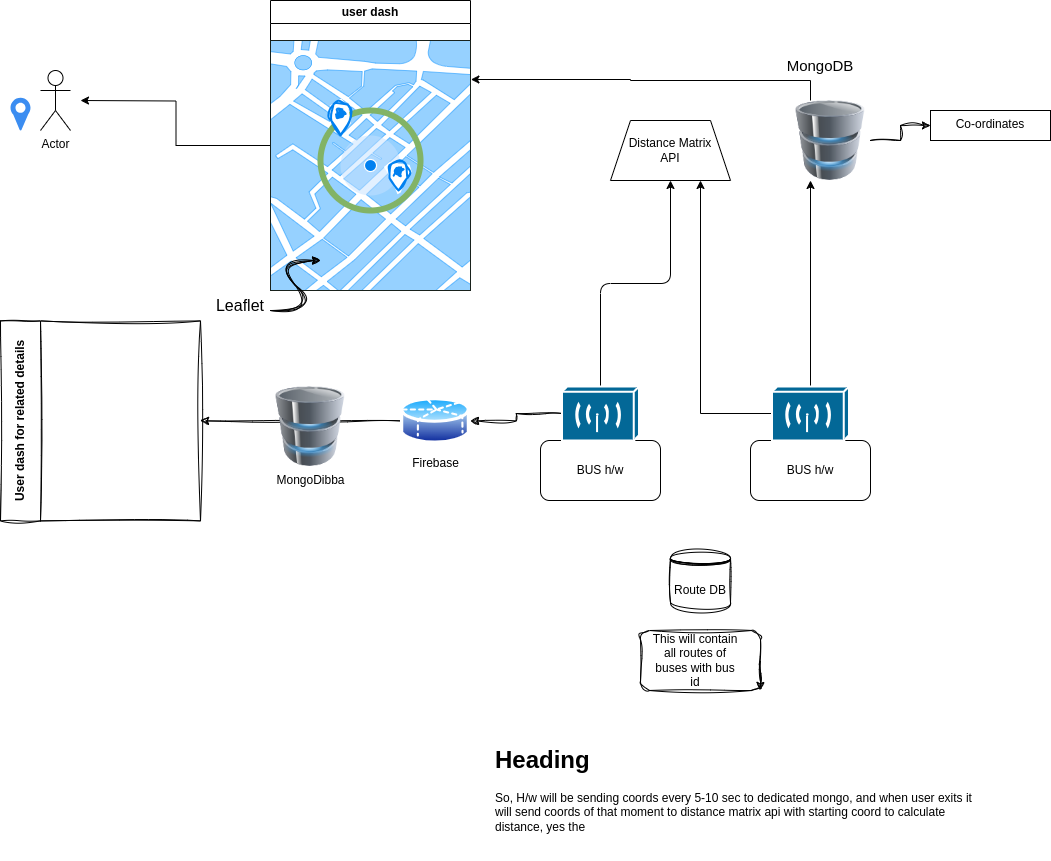
Before: maps.drawio.png, a diagram exported from draw.io (anu-sin-theta/anu-rust). Source tidied: cells renumbered, new cells last; positions are measured from the earlier drawing's top-left corner, leaving out a move shared by most shapes. The source it was exported from:
```xml
<mxGraphModel>
  <root>
    <mxCell id="0" />
    <mxCell id="1" parent="0" />
    <mxCell id="2" value="Actor" style="shape=umlActor;verticalLabelPosition=bottom;verticalAlign=top;html=1;" parent="1" vertex="1">
      <mxGeometry x="40" y="70" width="30" height="60" as="geometry" />
    </mxCell>
    <mxCell id="3" style="edgeStyle=orthogonalEdgeStyle;rounded=0;jettySize=auto;html=1;exitX=0;exitY=0.5;exitDx=0;exitDy=0;" parent="1" edge="1" source="4">
      <mxGeometry relative="1" as="geometry">
        <mxPoint x="80" y="100" as="targetPoint" />
      </mxGeometry>
    </mxCell>
    <mxCell id="4" value="user dash" style="swimlane;whiteSpace=wrap;html=1;" parent="1" vertex="1">
      <mxGeometry x="270" width="200" height="290" as="geometry" />
    </mxCell>
    <mxCell id="5" style="ellipse;whiteSpace=wrap;html=1;" parent="4" vertex="1">
      <mxGeometry x="60" y="97.2" width="80" height="80" as="geometry" />
    </mxCell>
    <mxCell id="6" style="verticalLabelPosition=bottom;verticalAlign=top;html=1;shadow=0;dashed=0;strokeWidth=1;shape=mxgraph.ios.iBgMap;strokeColor=#18211b;strokeColor2=#008cff;fillColor2=#96D1FF;" parent="4" vertex="1">
      <mxGeometry y="40" width="200" height="250" as="geometry" />
    </mxCell>
    <mxCell id="7" style="ellipse;whiteSpace=wrap;html=1;fillColor=none;strokeColor=#82b366;strokeWidth=6;" parent="4" vertex="1">
      <mxGeometry x="50" y="110" width="100" height="100" as="geometry" />
    </mxCell>
    <mxCell id="8" style="html=1;verticalLabelPosition=bottom;labelBackgroundColor=#ffffff;verticalAlign=top;shadow=0;dashed=0;strokeWidth=2;shape=mxgraph.ios7.misc.current_location;strokeColor=#ffffff;fillColor=#0080F0;sketch=0;hachureGap=4;jiggle=2;curveFitting=1;" parent="4" vertex="1">
      <mxGeometry x="70" y="135" width="60" height="60" as="geometry" />
    </mxCell>
    <mxCell id="9" style="html=1;verticalLabelPosition=bottom;align=center;labelBackgroundColor=#ffffff;verticalAlign=top;strokeWidth=2;strokeColor=#0080F0;shadow=0;dashed=0;shape=mxgraph.ios7.icons.location;sketch=1;hachureGap=4;jiggle=2;curveFitting=1;" parent="4" vertex="1">
      <mxGeometry x="116" y="160" width="24" height="30" as="geometry" />
    </mxCell>
    <mxCell id="10" style="html=1;verticalLabelPosition=bottom;align=center;labelBackgroundColor=#ffffff;verticalAlign=top;strokeWidth=2;strokeColor=#0080F0;shadow=0;dashed=0;shape=mxgraph.ios7.icons.location;sketch=1;hachureGap=4;jiggle=2;curveFitting=1;" parent="4" vertex="1">
      <mxGeometry x="58" y="100" width="24" height="35" as="geometry" />
    </mxCell>
    <mxCell id="11" value="BUS h/w" style="rounded=1;whiteSpace=wrap;html=1;" parent="1" vertex="1">
      <mxGeometry x="540" y="440" width="120" height="60" as="geometry" />
    </mxCell>
    <mxCell id="12" value="BUS h/w" style="rounded=1;whiteSpace=wrap;html=1;" parent="1" vertex="1">
      <mxGeometry x="750" y="440" width="120" height="60" as="geometry" />
    </mxCell>
    <mxCell id="13" style="rounded=1;jettySize=auto;html=1;edgeStyle=orthogonalEdgeStyle;curved=0;" parent="1" edge="1" source="15" target="20">
      <mxGeometry relative="1" as="geometry" />
    </mxCell>
    <mxCell id="14" style="edgeStyle=orthogonalEdgeStyle;rounded=0;sketch=1;hachureGap=4;jiggle=2;curveFitting=1;jettySize=auto;html=1;exitX=0;exitY=0.5;exitDx=0;exitDy=0;exitPerimeter=0;entryX=1;entryY=0.5;entryDx=0;entryDy=0;" parent="1" edge="1" source="15" target="33">
      <mxGeometry relative="1" as="geometry" />
    </mxCell>
    <mxCell id="15" style="shape=mxgraph.cisco.wireless.wireless_transport;html=1;dashed=0;fillColor=#036897;strokeColor=#ffffff;strokeWidth=2;verticalLabelPosition=bottom;verticalAlign=top;align=center;outlineConnect=0;" parent="1" vertex="1">
      <mxGeometry x="561.5" y="386" width="77" height="54" as="geometry" />
    </mxCell>
    <mxCell id="16" style="edgeStyle=orthogonalEdgeStyle;rounded=0;jettySize=auto;html=1;entryX=0.75;entryY=1;entryDx=0;entryDy=0;" parent="1" edge="1" source="18" target="20">
      <mxGeometry relative="1" as="geometry" />
    </mxCell>
    <mxCell id="17" style="edgeStyle=orthogonalEdgeStyle;rounded=0;jettySize=auto;html=1;exitX=0.5;exitY=0;exitDx=0;exitDy=0;exitPerimeter=0;entryX=0.25;entryY=1;entryDx=0;entryDy=0;" parent="1" edge="1" source="18" target="22">
      <mxGeometry relative="1" as="geometry" />
    </mxCell>
    <mxCell id="18" style="shape=mxgraph.cisco.wireless.wireless_transport;html=1;dashed=0;fillColor=#036897;strokeColor=#ffffff;strokeWidth=2;verticalLabelPosition=bottom;verticalAlign=top;align=center;outlineConnect=0;" parent="1" vertex="1">
      <mxGeometry x="771.5" y="386" width="77" height="54" as="geometry" />
    </mxCell>
    <mxCell id="19" style="sketch=0;html=1;strokeColor=none;shadow=0;fillColor=#3B8DF1;verticalAlign=top;labelPosition=center;verticalLabelPosition=bottom;shape=mxgraph.gcp2.maps_api;" parent="1" vertex="1">
      <mxGeometry x="10" y="97.2" width="20" height="32.8" as="geometry" />
    </mxCell>
    <mxCell id="20" value="Distance Matrix&lt;br&gt;API" style="shape=trapezoid;perimeter=trapezoidPerimeter;whiteSpace=wrap;html=1;fixedSize=1;" parent="1" vertex="1">
      <mxGeometry x="610" y="120" width="120" height="60" as="geometry" />
    </mxCell>
    <mxCell id="21" style="edgeStyle=orthogonalEdgeStyle;rounded=0;sketch=1;hachureGap=4;jiggle=2;curveFitting=1;jettySize=auto;html=1;" parent="1" edge="1" source="22" target="36">
      <mxGeometry relative="1" as="geometry" />
    </mxCell>
    <mxCell id="22" style="image;html=1;image=img/lib/clip_art/computers/Database_128x128.png;" parent="1" vertex="1">
      <mxGeometry x="790" y="100" width="80" height="80" as="geometry" />
    </mxCell>
    <mxCell id="23" value="&lt;font style=&quot;font-size: 15px;&quot;&gt;MongoDB&lt;/font&gt;" style="text;html=1;align=center;verticalAlign=middle;whiteSpace=wrap;rounded=0;" parent="1" vertex="1">
      <mxGeometry x="790" y="50" width="60" height="30" as="geometry" />
    </mxCell>
    <mxCell id="24" style="edgeStyle=orthogonalEdgeStyle;rounded=0;hachureGap=4;jettySize=auto;html=1;exitX=0.25;exitY=0;exitDx=0;exitDy=0;entryX=1.002;entryY=0.156;entryDx=0;entryDy=0;entryPerimeter=0;" parent="1" edge="1" source="22" target="6">
      <mxGeometry relative="1" as="geometry" />
    </mxCell>
    <mxCell id="25" style="curved=1;endArrow=classic;html=1;rounded=0;sketch=1;hachureGap=4;jiggle=2;curveFitting=1;" parent="1" edge="1">
      <mxGeometry relative="1" as="geometry">
        <mxPoint x="270" y="310" as="sourcePoint" />
        <mxPoint x="320" y="260" as="targetPoint" />
        <Array as="points">
          <mxPoint x="320" y="310" />
          <mxPoint x="270" y="260" />
        </Array>
      </mxGeometry>
    </mxCell>
    <mxCell id="26" style="curved=1;endArrow=classic;html=1;rounded=0;sketch=1;hachureGap=4;jiggle=2;curveFitting=1;" parent="1" edge="1">
      <mxGeometry relative="1" as="geometry">
        <mxPoint x="270" y="310" as="sourcePoint" />
        <mxPoint x="320" y="260" as="targetPoint" />
        <Array as="points">
          <mxPoint x="320" y="310" />
          <mxPoint x="270" y="260" />
        </Array>
      </mxGeometry>
    </mxCell>
    <mxCell id="27" value="&lt;font style=&quot;font-size: 16px;&quot;&gt;Leaflet&lt;/font&gt;" style="text;html=1;align=center;verticalAlign=middle;whiteSpace=wrap;rounded=0;" parent="1" vertex="1">
      <mxGeometry x="210" y="290" width="60" height="30" as="geometry" />
    </mxCell>
    <mxCell id="28" value="Route DB" style="shape=datastore;whiteSpace=wrap;html=1;sketch=1;hachureGap=4;jiggle=2;curveFitting=1;" parent="1" vertex="1">
      <mxGeometry x="670" y="550" width="60" height="60" as="geometry" />
    </mxCell>
    <mxCell id="29" style="rounded=1;whiteSpace=wrap;html=1;sketch=1;hachureGap=4;jiggle=2;curveFitting=1;" parent="1" vertex="1">
      <mxGeometry x="640" y="630" width="120" height="60" as="geometry" />
    </mxCell>
    <mxCell id="30" value="This will contain all routes of buses with bus id" style="text;html=1;align=center;verticalAlign=middle;whiteSpace=wrap;rounded=0;" parent="1" vertex="1">
      <mxGeometry x="650" y="645" width="90" height="30" as="geometry" />
    </mxCell>
    <mxCell id="31" style="edgeStyle=orthogonalEdgeStyle;rounded=0;sketch=1;hachureGap=4;jiggle=2;curveFitting=1;orthogonalLoop=1;jettySize=auto;html=1;exitX=1;exitY=0.5;exitDx=0;exitDy=0;entryX=1;entryY=1;entryDx=0;entryDy=0;" parent="1" edge="1" source="29" target="29">
      <mxGeometry relative="1" as="geometry" />
    </mxCell>
    <mxCell id="32" style="edgeStyle=orthogonalEdgeStyle;rounded=0;sketch=1;hachureGap=4;jiggle=2;curveFitting=1;jettySize=auto;html=1;" parent="1" edge="1" source="33">
      <mxGeometry relative="1" as="geometry">
        <mxPoint x="200" y="420.4" as="targetPoint" />
      </mxGeometry>
    </mxCell>
    <mxCell id="33" value="Firebase" style="image;perimeter=ellipsePerimeter;html=1;align=center;shadow=0;dashed=0;spacingTop=3;image=img/lib/active_directory/database_partition_5.svg;sketch=1;hachureGap=4;jiggle=2;curveFitting=1;" parent="1" vertex="1">
      <mxGeometry x="400" y="394.5" width="70" height="51.8" as="geometry" />
    </mxCell>
    <mxCell id="34" value="User dash for related details" style="swimlane;horizontal=0;whiteSpace=wrap;html=1;sketch=1;hachureGap=4;jiggle=2;curveFitting=1;startSize=40;" parent="1" vertex="1">
      <mxGeometry y="320.4" width="200" height="200" as="geometry" />
    </mxCell>
    <mxCell id="35" value="MongoDibba" style="image;html=1;image=img/lib/clip_art/computers/Database_128x128.png;sketch=1;hachureGap=4;jiggle=2;curveFitting=1;" parent="1" vertex="1">
      <mxGeometry x="270" y="386" width="80" height="80" as="geometry" />
    </mxCell>
    <mxCell id="36" value="Co-ordinates" style="whiteSpace=wrap;html=1;verticalAlign=top;labelBackgroundColor=default;" parent="1" vertex="1">
      <mxGeometry x="930" y="110" width="120" height="30" as="geometry" />
    </mxCell>
    <mxCell id="37" value="&lt;h1&gt;Heading&lt;/h1&gt;&lt;p&gt;So, H/w will be sending coords every 5-10 sec to dedicated mongo, and when user exits it will send coords of that moment to distance matrix api with starting coord to calculate distance, yes the&amp;nbsp;&lt;/p&gt;" style="text;html=1;spacing=5;spacingTop=-20;whiteSpace=wrap;overflow=hidden;rounded=0;" parent="1" vertex="1">
      <mxGeometry x="490" y="740" width="490" height="120" as="geometry" />
    </mxCell>
  </root>
</mxGraphModel>
```
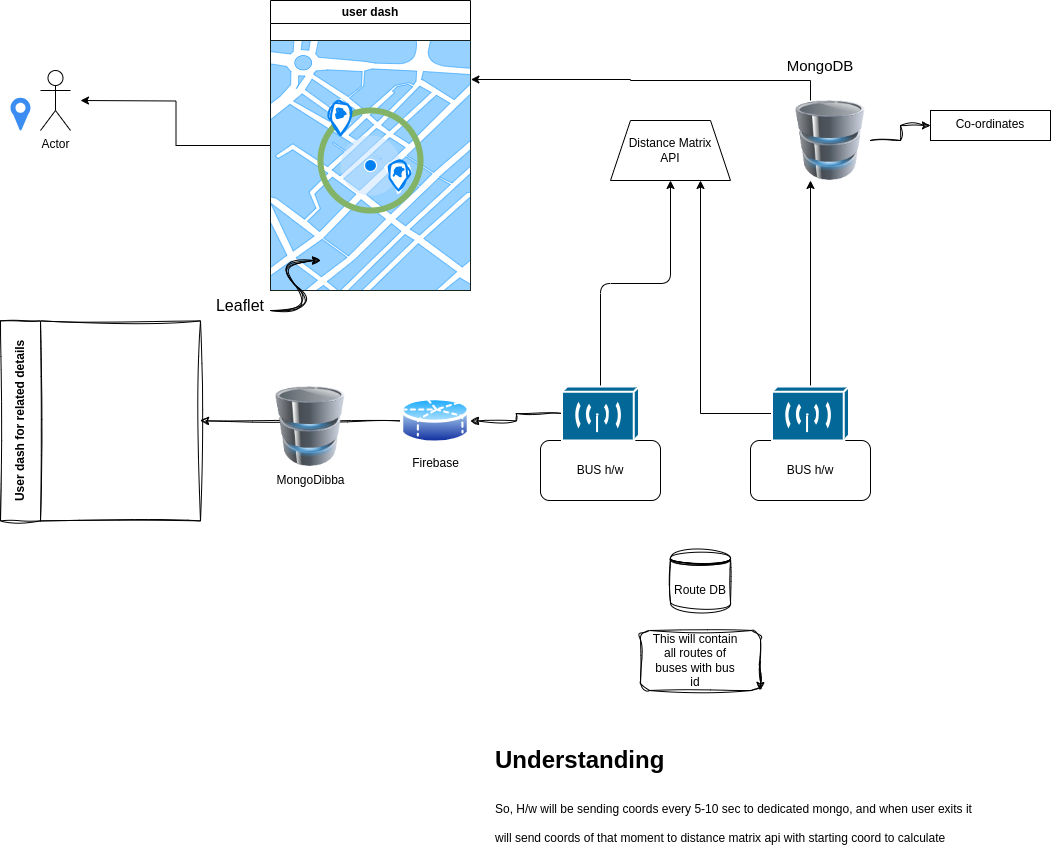
Later version of the same file.

Change to the diagram source:
```diff
@@ -125,7 +125,7 @@
     <mxCell id="36" value="Co-ordinates" style="whiteSpace=wrap;html=1;verticalAlign=top;labelBackgroundColor=default;" parent="1" vertex="1">
       <mxGeometry x="930" y="110" width="120" height="30" as="geometry" />
     </mxCell>
-    <mxCell id="37" value="&lt;h1&gt;Heading&lt;/h1&gt;&lt;p&gt;So, H/w will be sending coords every 5-10 sec to dedicated mongo, and when user exits it will send coords of that moment to distance matrix api with starting coord to calculate distance, yes the&amp;nbsp;&lt;/p&gt;" style="text;html=1;spacing=5;spacingTop=-20;whiteSpace=wrap;overflow=hidden;rounded=0;" parent="1" vertex="1">
+    <mxCell id="37" value="&lt;h1&gt;&lt;span style=&quot;background-color: initial;&quot;&gt;Understanding&lt;/span&gt;&lt;/h1&gt;&lt;h1&gt;&lt;span style=&quot;background-color: initial; font-size: 12px; font-weight: normal;&quot;&gt;So, H/w will be sending coords every 5-10 sec to dedicated mongo, and when user exits it will send coords of that moment to distance matrix api with starting coord to calculate distance, yes the middle coord will be also send to dist.Matrix to calculate accurate distance.&lt;/span&gt;&lt;br&gt;&lt;/h1&gt;" style="text;html=1;spacing=5;spacingTop=-20;whiteSpace=wrap;overflow=hidden;rounded=0;" parent="1" vertex="1">
       <mxGeometry x="490" y="740" width="490" height="120" as="geometry" />
     </mxCell>
   </root>
```
